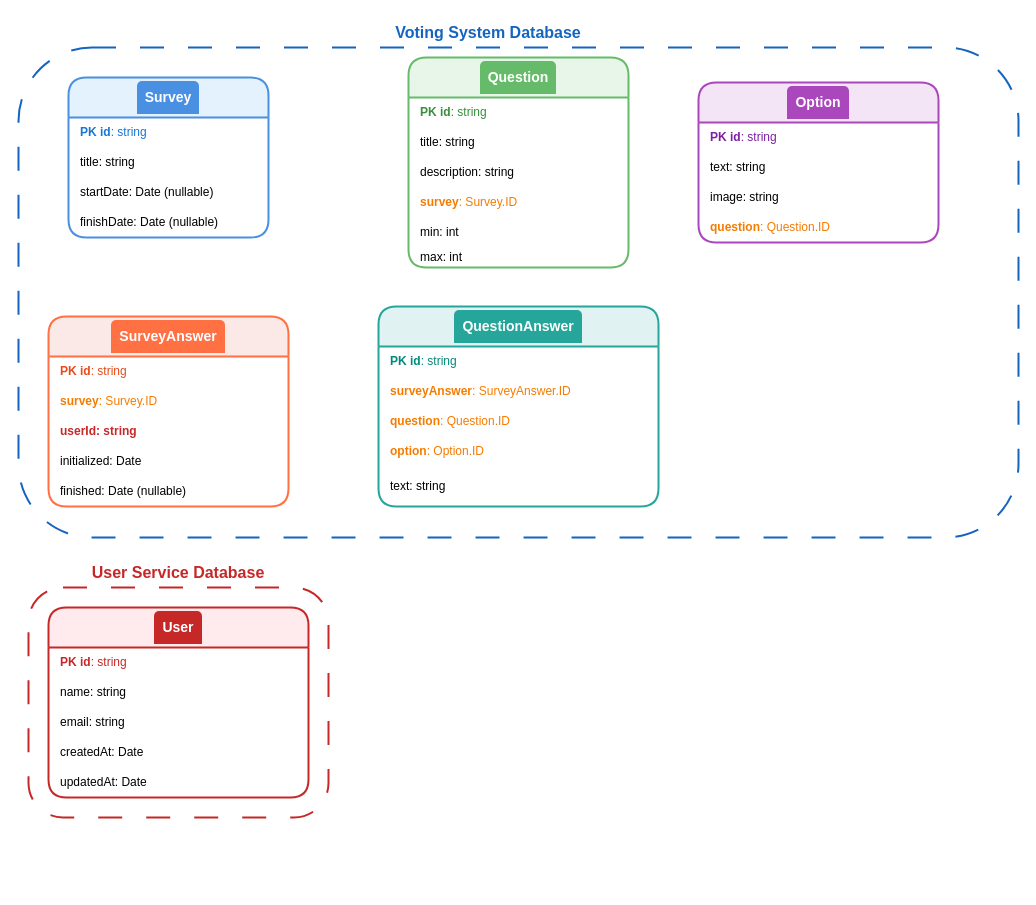
This is architecture/vote-system/diagrams/database-diagram.drawio from codegik/team-red, a draw.io file, before an edit. Source tidied: cells renumbered, new cells numbered last; positions are measured from the earlier drawing's top-left corner, leaving out a move shared by most shapes. Both pictures are drawn from the tidied source at 100%, with x=0, y=0 at pixel (18, 17).
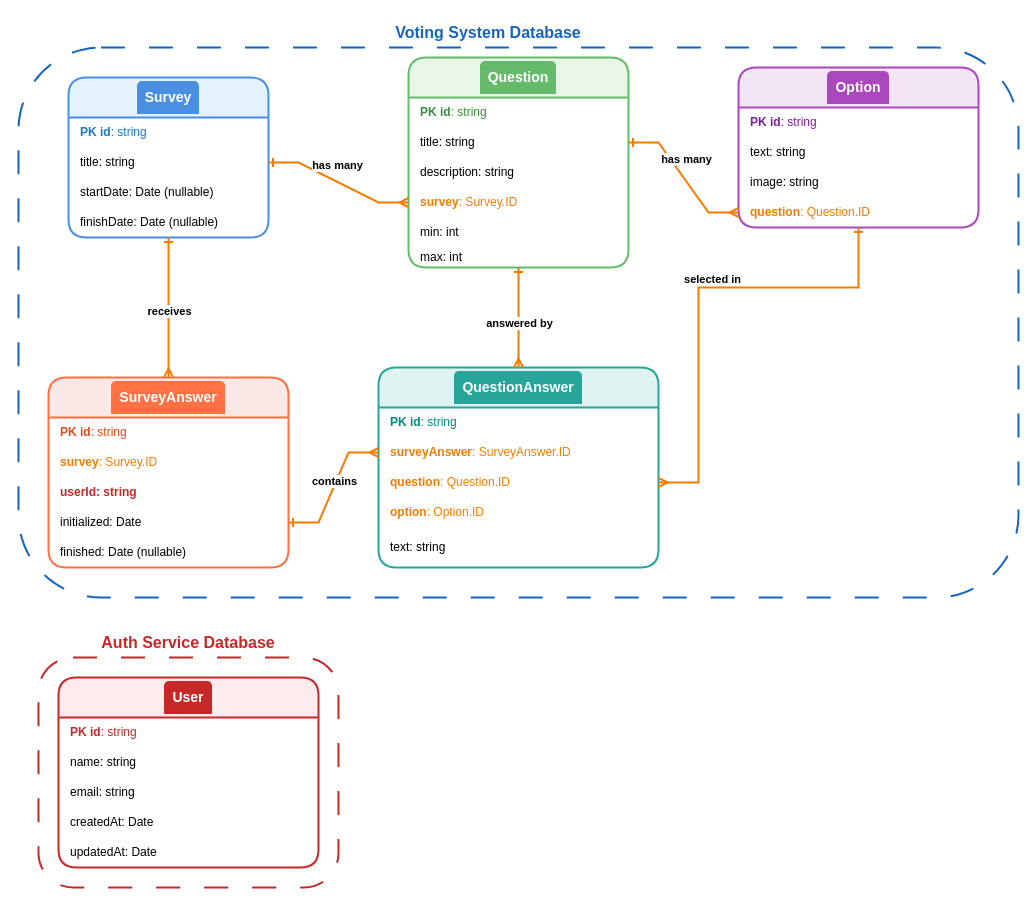
The same diagram, later.

Commit message (it also covers changes not shown here):
add table connections to diagram

Unchanged cells that the change refers to:
```xml
<mxCell id="5" value="&lt;div style=&quot;background-color:#4A90E2;color:#FFFFFF;padding:8px;font-weight:bold;font-size:14px;border-radius:5px 5px 0 0;&quot;&gt;Survey&lt;/div&gt;" style="swimlane;fontStyle=0;horizontal=1;startSize=40;whiteSpace=wrap;html=1;fillColor=#E3F2FD;strokeColor=#4A90E2;strokeWidth=2;rounded=1;" parent="1" vertex="1">
  <mxGeometry x="50" y="60" width="200" height="160" as="geometry" />
</mxCell>
<mxCell id="7" value="title: string" style="text;strokeColor=none;fillColor=none;align=left;verticalAlign=middle;spacingLeft=10;spacingRight=4;overflow=hidden;points=[[0,0.5],[1,0.5]];portConstraint=eastwest;whiteSpace=wrap;html=1;" parent="5" vertex="1">
  <mxGeometry y="70" width="200" height="30" as="geometry" />
</mxCell>
<mxCell id="10" value="&lt;div style=&quot;background-color:#66BB6A;color:#FFFFFF;padding:8px;font-weight:bold;font-size:14px;border-radius:5px 5px 0 0;&quot;&gt;Question&lt;/div&gt;" style="swimlane;fontStyle=0;horizontal=1;startSize=40;whiteSpace=wrap;html=1;fillColor=#E8F5E9;strokeColor=#66BB6A;strokeWidth=2;rounded=1;" parent="1" vertex="1">
  <mxGeometry x="390" y="40" width="220" height="210" as="geometry" />
</mxCell>
<mxCell id="12" value="title: string" style="text;strokeColor=none;fillColor=none;align=left;verticalAlign=middle;spacingLeft=10;spacingRight=4;overflow=hidden;points=[[0,0.5],[1,0.5]];portConstraint=eastwest;whiteSpace=wrap;html=1;" parent="10" vertex="1">
  <mxGeometry y="70" width="220" height="30" as="geometry" />
</mxCell>
<mxCell id="14" value="&lt;b&gt;survey&lt;/b&gt;: Survey.ID" style="text;strokeColor=none;fillColor=none;align=left;verticalAlign=middle;spacingLeft=10;spacingRight=4;overflow=hidden;points=[[0,0.5],[1,0.5]];portConstraint=eastwest;whiteSpace=wrap;html=1;fontColor=#F57C00;" parent="10" vertex="1">
  <mxGeometry y="130" width="220" height="30" as="geometry" />
</mxCell>
<mxCell id="21" value="&lt;b&gt;question&lt;/b&gt;: Question.ID" style="text;strokeColor=none;fillColor=none;align=left;verticalAlign=middle;spacingLeft=10;spacingRight=4;overflow=hidden;points=[[0,0.5],[1,0.5]];portConstraint=eastwest;whiteSpace=wrap;html=1;fontColor=#F57C00;" parent="17" vertex="1">
  <mxGeometry y="130" width="240" height="30" as="geometry" />
</mxCell>
<mxCell id="26" value="initialized: Date" style="text;strokeColor=none;fillColor=none;align=left;verticalAlign=middle;spacingLeft=10;spacingRight=4;overflow=hidden;points=[[0,0.5],[1,0.5]];portConstraint=eastwest;whiteSpace=wrap;html=1;" parent="22" vertex="1">
  <mxGeometry y="130" width="240" height="30" as="geometry" />
</mxCell>
<mxCell id="30" value="&lt;b&gt;surveyAnswer&lt;/b&gt;: SurveyAnswer.ID" style="text;strokeColor=none;fillColor=none;align=left;verticalAlign=middle;spacingLeft=10;spacingRight=4;overflow=hidden;points=[[0,0.5],[1,0.5]];portConstraint=eastwest;whiteSpace=wrap;html=1;fontColor=#F57C00;" parent="28" vertex="1">
  <mxGeometry y="70" width="280" height="30" as="geometry" />
</mxCell>
<mxCell id="31" value="&lt;b&gt;question&lt;/b&gt;: Question.ID" style="text;strokeColor=none;fillColor=none;align=left;verticalAlign=middle;spacingLeft=10;spacingRight=4;overflow=hidden;points=[[0,0.5],[1,0.5]];portConstraint=eastwest;whiteSpace=wrap;html=1;fontColor=#F57C00;" parent="28" vertex="1">
  <mxGeometry y="100" width="280" height="30" as="geometry" />
</mxCell>
```

Diff of the diagram source:
```diff
@@
     <mxCell id="2" style="rounded=1;whiteSpace=wrap;html=1;fillColor=none;strokeColor=#1565C0;strokeWidth=2;dashed=1;dashPattern=12 12;" parent="1" vertex="1">
-      <mxGeometry y="30" width="1000" height="490" as="geometry" />
+      <mxGeometry y="30" width="1000" height="550" as="geometry" />
     </mxCell>
@@
-    <mxCell id="4" value="&lt;div style=&quot;font-weight:bold;font-size:16px;color:#C62828;&quot;&gt;User Service Database&lt;/div&gt;" style="text;html=1;strokeColor=none;fillColor=none;align=center;verticalAlign=middle;whiteSpace=wrap;rounded=0;" parent="1" vertex="1">
-      <mxGeometry x="60" y="540" width="200" height="30" as="geometry" />
+    <mxCell id="4" value="&lt;div style=&quot;font-weight: bold; font-size: 16px; color: rgb(198, 40, 40);&quot;&gt;Auth Service Database&lt;/div&gt;" style="text;html=1;strokeColor=none;fillColor=none;align=center;verticalAlign=middle;whiteSpace=wrap;rounded=0;" parent="1" vertex="1">
+      <mxGeometry x="70" y="610" width="200" height="30" as="geometry" />
     </mxCell>
@@
     <mxCell id="17" value="&lt;div style=&quot;background-color:#AB47BC;color:#FFFFFF;padding:8px;font-weight:bold;font-size:14px;border-radius:5px 5px 0 0;&quot;&gt;Option&lt;/div&gt;" style="swimlane;fontStyle=0;horizontal=1;startSize=40;whiteSpace=wrap;html=1;fillColor=#F3E5F5;strokeColor=#AB47BC;strokeWidth=2;rounded=1;" parent="1" vertex="1">
-      <mxGeometry x="680" y="65" width="240" height="160" as="geometry" />
+      <mxGeometry x="720" y="50" width="240" height="160" as="geometry" />
     </mxCell>
@@
     <mxCell id="22" value="&lt;div style=&quot;background-color:#FF7043;color:#FFFFFF;padding:8px;font-weight:bold;font-size:14px;border-radius:5px 5px 0 0;&quot;&gt;SurveyAnswer&lt;/div&gt;" style="swimlane;fontStyle=0;horizontal=1;startSize=40;whiteSpace=wrap;html=1;fillColor=#FBE9E7;strokeColor=#FF7043;strokeWidth=2;rounded=1;" parent="1" vertex="1">
-      <mxGeometry x="30" y="299" width="240" height="190" as="geometry" />
+      <mxGeometry x="30" y="360" width="240" height="190" as="geometry" />
     </mxCell>
@@
     <mxCell id="28" value="&lt;div style=&quot;background-color:#26A69A;color:#FFFFFF;padding:8px;font-weight:bold;font-size:14px;border-radius:5px 5px 0 0;&quot;&gt;QuestionAnswer&lt;/div&gt;" style="swimlane;fontStyle=0;horizontal=1;startSize=40;whiteSpace=wrap;html=1;fillColor=#E0F2F1;strokeColor=#26A69A;strokeWidth=2;rounded=1;" parent="1" vertex="1">
-      <mxGeometry x="360" y="289" width="280" height="200" as="geometry" />
+      <mxGeometry x="360" y="350" width="280" height="200" as="geometry" />
     </mxCell>
@@
     <mxCell id="34" value="&lt;div style=&quot;background-color:#C62828;color:#FFFFFF;padding:8px;font-weight:bold;font-size:14px;border-radius:5px 5px 0 0;&quot;&gt;User&lt;/div&gt;" style="swimlane;fontStyle=0;horizontal=1;startSize=40;whiteSpace=wrap;html=1;fillColor=#FFEBEE;strokeColor=#C62828;strokeWidth=2;rounded=1;dashed=0;" parent="1" vertex="1">
-      <mxGeometry x="30" y="590" width="260" height="190" as="geometry" />
+      <mxGeometry x="40" y="660" width="260" height="190" as="geometry" />
     </mxCell>
@@
+    <mxCell id="41" style="edgeStyle=entityRelationEdgeStyle;fontSize=12;html=1;endArrow=ERmany;startArrow=ERone;rounded=0;exitX=1;exitY=0.5;exitDx=0;exitDy=0;entryX=0;entryY=0.5;entryDx=0;entryDy=0;strokeWidth=2;strokeColor=#F57C00;" parent="1" edge="1" source="7" target="14">
+      <mxGeometry relative="1" as="geometry" />
+    </mxCell>
+    <mxCell id="42" value="has many" style="edgeLabel;html=1;align=center;verticalAlign=middle;fontSize=11;fontStyle=1;backgroundColor=#FFF3E0;rounded=1;" parent="41" vertex="1">
+      <mxGeometry x="-0.1" y="2" relative="1" as="geometry">
+        <mxPoint x="5" y="-12" as="offset" />
+      </mxGeometry>
+    </mxCell>
+    <mxCell id="43" style="edgeStyle=entityRelationEdgeStyle;fontSize=12;html=1;endArrow=ERmany;startArrow=ERone;rounded=0;exitX=1;exitY=0.5;exitDx=0;exitDy=0;entryX=0;entryY=0.5;entryDx=0;entryDy=0;strokeWidth=2;strokeColor=#F57C00;" parent="1" edge="1" source="12" target="21">
+      <mxGeometry relative="1" as="geometry" />
+    </mxCell>
+    <mxCell id="44" value="has many" style="edgeLabel;html=1;align=center;verticalAlign=middle;fontSize=11;fontStyle=1;backgroundColor=#FFF3E0;rounded=1;" parent="43" vertex="1">
+      <mxGeometry x="-0.1" y="2" relative="1" as="geometry">
+        <mxPoint x="5" y="-12" as="offset" />
+      </mxGeometry>
+    </mxCell>
+    <mxCell id="45" style="edgeStyle=orthogonalEdgeStyle;fontSize=12;html=1;endArrow=ERmany;startArrow=ERone;rounded=0;exitX=0.5;exitY=1;exitDx=0;exitDy=0;entryX=0.5;entryY=0;entryDx=0;entryDy=0;strokeWidth=2;strokeColor=#F57C00;" parent="1" edge="1" source="5" target="22">
+      <mxGeometry relative="1" as="geometry" />
+    </mxCell>
+    <mxCell id="46" value="receives" style="edgeLabel;html=1;align=center;verticalAlign=middle;fontSize=11;fontStyle=1;backgroundColor=#FFF3E0;rounded=1;" parent="45" vertex="1">
+      <mxGeometry x="-0.1" y="2" relative="1" as="geometry">
+        <mxPoint x="-2" y="10" as="offset" />
+      </mxGeometry>
+    </mxCell>
+    <mxCell id="47" style="edgeStyle=entityRelationEdgeStyle;fontSize=12;html=1;endArrow=ERmany;startArrow=ERone;rounded=0;exitX=1;exitY=0.5;exitDx=0;exitDy=0;entryX=0;entryY=0.5;entryDx=0;entryDy=0;strokeWidth=2;strokeColor=#F57C00;" parent="1" edge="1" source="26" target="30">
+      <mxGeometry relative="1" as="geometry" />
+    </mxCell>
+    <mxCell id="48" value="contains" style="edgeLabel;html=1;align=center;verticalAlign=middle;fontSize=11;fontStyle=1;backgroundColor=#FFF3E0;rounded=1;" parent="47" vertex="1">
+      <mxGeometry x="-0.1" y="2" relative="1" as="geometry">
+        <mxPoint x="5" y="-12" as="offset" />
+      </mxGeometry>
+    </mxCell>
+    <mxCell id="49" style="edgeStyle=orthogonalEdgeStyle;fontSize=12;html=1;endArrow=ERmany;startArrow=ERone;rounded=0;exitX=0.5;exitY=1;exitDx=0;exitDy=0;entryX=0.5;entryY=0;entryDx=0;entryDy=0;strokeWidth=2;strokeColor=#F57C00;" parent="1" edge="1" source="10" target="28">
+      <mxGeometry relative="1" as="geometry" />
+    </mxCell>
+    <mxCell id="50" value="answered by" style="edgeLabel;html=1;align=center;verticalAlign=middle;fontSize=11;fontStyle=1;backgroundColor=#FFF3E0;rounded=1;" parent="49" vertex="1">
+      <mxGeometry x="-0.1" y="2" relative="1" as="geometry">
+        <mxPoint x="-2" y="10" as="offset" />
+      </mxGeometry>
+    </mxCell>
+    <mxCell id="51" style="edgeStyle=orthogonalEdgeStyle;fontSize=12;html=1;endArrow=ERmany;startArrow=ERone;rounded=0;exitX=0.5;exitY=1;exitDx=0;exitDy=0;strokeWidth=2;strokeColor=#F57C00;entryX=1;entryY=0.5;entryDx=0;entryDy=0;" parent="1" edge="1" source="17" target="31">
+      <mxGeometry relative="1" as="geometry">
+        <Array as="points">
+          <mxPoint x="840" y="270" />
+          <mxPoint x="680" y="270" />
+          <mxPoint x="680" y="465" />
+        </Array>
+      </mxGeometry>
+    </mxCell>
+    <mxCell id="52" value="selected in" style="edgeLabel;html=1;align=center;verticalAlign=middle;fontSize=11;fontStyle=1;backgroundColor=#FFF3E0;rounded=1;" parent="51" vertex="1">
+      <mxGeometry x="-0.1" y="2" relative="1" as="geometry">
+        <mxPoint x="-2" y="-11" as="offset" />
+      </mxGeometry>
+    </mxCell>
     <mxCell id="40" style="rounded=1;whiteSpace=wrap;html=1;fillColor=none;strokeColor=#C62828;strokeWidth=2;dashed=1;dashPattern=12 12;" parent="1" vertex="1">
-      <mxGeometry x="10" y="570" width="300" height="230" as="geometry" />
+      <mxGeometry x="20" y="640" width="300" height="230" as="geometry" />
     </mxCell>
```
